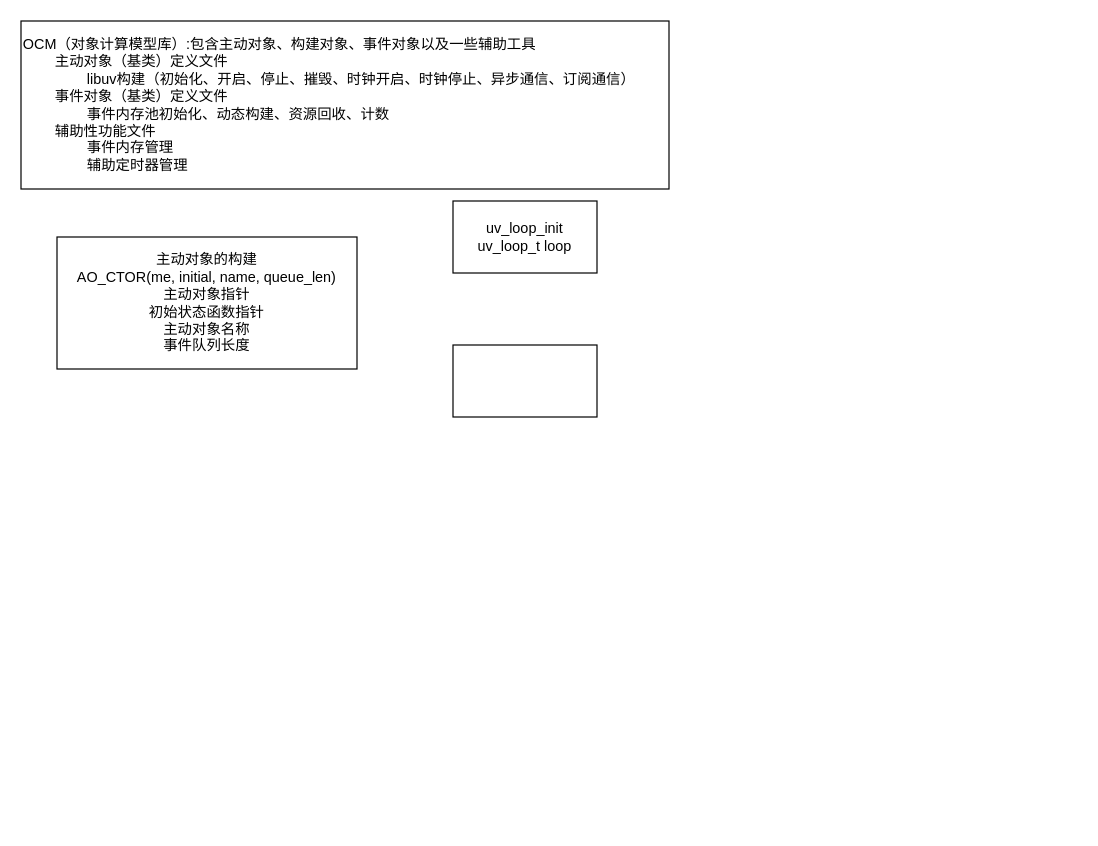
Sjunbin/pubulic_code keeps this draw.io diagram as 未命名绘图.drawio. Above is the earlier version. Source tidied: cells renumbered, new cells numbered last; positions are measured from the earlier drawing's top-left corner, leaving out a move shared by most shapes. Both pictures are drawn from the tidied source at 120%, with x=0, y=0 at pixel (20, 20).
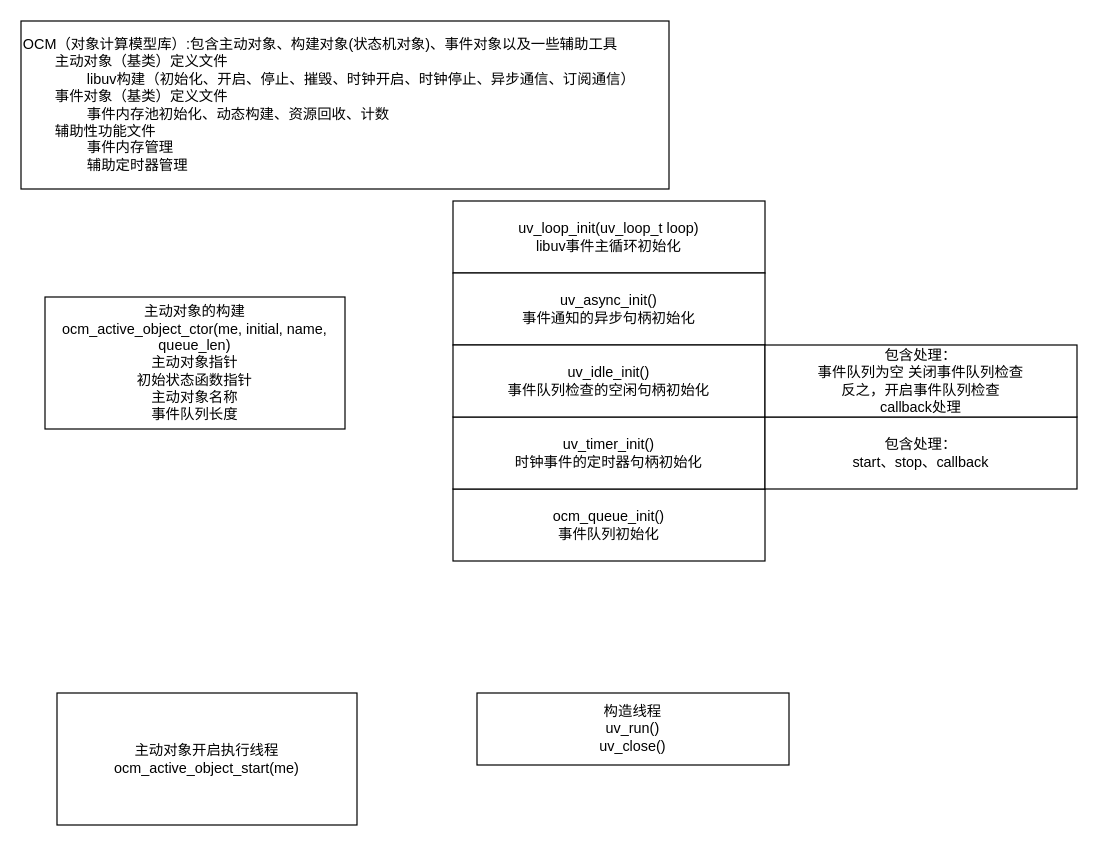
The same page after the edit.

Commit message:
更新未命名绘图.drawio

Diff of the diagram source:
```diff
@@
 <mxGraphModel>
   <root>
     <mxCell id="0" />
     <mxCell id="1" parent="0" />
-    <mxCell id="2" value="uv_loop_init&lt;br&gt;uv_loop_t loop" style="rounded=0;whiteSpace=wrap;html=1;" parent="1" vertex="1">
-      <mxGeometry x="360" y="150" width="120" height="60" as="geometry" />
+    <mxCell id="2" value="uv_loop_init(uv_loop_t loop)&lt;br&gt;libuv事件主循环初始化" style="rounded=0;whiteSpace=wrap;html=1;" parent="1" vertex="1">
+      <mxGeometry x="360" y="150" width="260" height="60" as="geometry" />
     </mxCell>
-    <mxCell id="3" style="rounded=0;whiteSpace=wrap;html=1;" parent="1" vertex="1">
-      <mxGeometry x="360" y="270" width="120" height="60" as="geometry" />
+    <mxCell id="3" value="uv_async_init()&lt;br&gt;事件通知的异步句柄初始化" style="rounded=0;whiteSpace=wrap;html=1;" parent="1" vertex="1">
+      <mxGeometry x="360" y="210" width="260" height="60" as="geometry" />
     </mxCell>
-    <mxCell id="4" value="主动对象的构建&lt;br&gt;AO_CTOR(me, initial, name, queue_len)&lt;br&gt;主动对象指针&lt;br&gt;初始状态函数指针&lt;br&gt;主动对象名称&lt;br&gt;事件队列长度" style="rounded=0;whiteSpace=wrap;html=1;" parent="1" vertex="1">
-      <mxGeometry x="30" y="180" width="250" height="110" as="geometry" />
+    <mxCell id="4" value="主动对象的构建&lt;br&gt;ocm_active_object_ctor(me, initial, name, queue_len)&lt;br&gt;主动对象指针&lt;br&gt;初始状态函数指针&lt;br&gt;主动对象名称&lt;br&gt;事件队列长度" style="rounded=0;whiteSpace=wrap;html=1;" parent="1" vertex="1">
+      <mxGeometry x="20" y="230" width="250" height="110" as="geometry" />
     </mxCell>
-    <mxCell id="5" value="OCM（对象计算模型库）:包含主动对象、构建对象、事件对象以及一些辅助工具&lt;br&gt;&lt;span style=&quot;white-space: pre;&quot;&gt;&#9;&lt;/span&gt;主动对象（基类）定义文件&lt;br&gt;&lt;span style=&quot;white-space: pre;&quot;&gt;&#9;&lt;/span&gt;&lt;span style=&quot;white-space: pre;&quot;&gt;&#9;&lt;/span&gt;libuv构建（初始化、开启、停止、摧毁、时钟开启、时钟停止、异步通信、订阅通信）&lt;br&gt;&lt;span style=&quot;white-space: pre;&quot;&gt;&#9;&lt;/span&gt;事件对象（基类）定义文件&lt;br&gt;&lt;span style=&quot;white-space: pre;&quot;&gt;&#9;&lt;/span&gt;&lt;span style=&quot;white-space: pre;&quot;&gt;&#9;&lt;/span&gt;事件内存池初始化、动态构建、资源回收、计数&lt;br&gt;&lt;span style=&quot;white-space: pre;&quot;&gt;&#9;&lt;/span&gt;辅助性功能文件&lt;br&gt;&lt;span style=&quot;white-space: pre;&quot;&gt;&#9;&lt;/span&gt;&lt;span style=&quot;white-space: pre;&quot;&gt;&#9;&lt;/span&gt;事件内存管理&lt;br&gt;&lt;span style=&quot;white-space: pre;&quot;&gt;&#9;&lt;/span&gt;&lt;span style=&quot;white-space: pre;&quot;&gt;&#9;&lt;/span&gt;辅助定时器管理" style="rounded=0;whiteSpace=wrap;html=1;align=left;" parent="1" vertex="1">
+    <mxCell id="5" value="OCM（对象计算模型库）:包含主动对象、构建对象(状态机对象)、事件对象以及一些辅助工具&lt;br&gt;&lt;span style=&quot;white-space: pre;&quot;&gt;&#9;&lt;/span&gt;主动对象（基类）定义文件&lt;br&gt;&lt;span style=&quot;white-space: pre;&quot;&gt;&#9;&lt;/span&gt;&lt;span style=&quot;white-space: pre;&quot;&gt;&#9;&lt;/span&gt;libuv构建（初始化、开启、停止、摧毁、时钟开启、时钟停止、异步通信、订阅通信）&lt;br&gt;&lt;span style=&quot;white-space: pre;&quot;&gt;&#9;&lt;/span&gt;事件对象（基类）定义文件&lt;br&gt;&lt;span style=&quot;white-space: pre;&quot;&gt;&#9;&lt;/span&gt;&lt;span style=&quot;white-space: pre;&quot;&gt;&#9;&lt;/span&gt;事件内存池初始化、动态构建、资源回收、计数&lt;br&gt;&lt;span style=&quot;white-space: pre;&quot;&gt;&#9;&lt;/span&gt;辅助性功能文件&lt;br&gt;&lt;span style=&quot;white-space: pre;&quot;&gt;&#9;&lt;/span&gt;&lt;span style=&quot;white-space: pre;&quot;&gt;&#9;&lt;/span&gt;事件内存管理&lt;br&gt;&lt;span style=&quot;white-space: pre;&quot;&gt;&#9;&lt;/span&gt;&lt;span style=&quot;white-space: pre;&quot;&gt;&#9;&lt;/span&gt;辅助定时器管理" style="rounded=0;whiteSpace=wrap;html=1;align=left;" parent="1" vertex="1">
       <mxGeometry width="540" height="140" as="geometry" />
     </mxCell>
+    <mxCell id="6" value="ocm_queue_init()&lt;br&gt;事件队列初始化" style="rounded=0;whiteSpace=wrap;html=1;" parent="1" vertex="1">
+      <mxGeometry x="360" y="390" width="260" height="60" as="geometry" />
+    </mxCell>
+    <mxCell id="7" value="uv_timer_init()&lt;br&gt;时钟事件的定时器句柄初始化" style="rounded=0;whiteSpace=wrap;html=1;" parent="1" vertex="1">
+      <mxGeometry x="360" y="330" width="260" height="60" as="geometry" />
+    </mxCell>
+    <mxCell id="8" value="uv_idle_init()&lt;br&gt;事件队列检查的空闲句柄初始化" style="rounded=0;whiteSpace=wrap;html=1;" parent="1" vertex="1">
+      <mxGeometry x="360" y="270" width="260" height="60" as="geometry" />
+    </mxCell>
+    <mxCell id="9" value="包含处理：&lt;br&gt;start、stop、callback" style="rounded=0;whiteSpace=wrap;html=1;" parent="1" vertex="1">
+      <mxGeometry x="620" y="330" width="260" height="60" as="geometry" />
+    </mxCell>
+    <mxCell id="10" value="包含处理：&lt;br&gt;事件队列为空 关闭事件队列检查&lt;br&gt;反之，开启事件队列检查&lt;br&gt;callback处理" style="rounded=0;whiteSpace=wrap;html=1;" parent="1" vertex="1">
+      <mxGeometry x="620" y="270" width="260" height="60" as="geometry" />
+    </mxCell>
+    <mxCell id="11" value="主动对象开启执行线程&lt;br&gt;ocm_active_object_start(me)" style="rounded=0;whiteSpace=wrap;html=1;" parent="1" vertex="1">
+      <mxGeometry x="30" y="560" width="250" height="110" as="geometry" />
+    </mxCell>
+    <mxCell id="12" value="构造线程&lt;br&gt;uv_run()&lt;br&gt;uv_close()" style="rounded=0;whiteSpace=wrap;html=1;" parent="1" vertex="1">
+      <mxGeometry x="380" y="560" width="260" height="60" as="geometry" />
+    </mxCell>
   </root>
 </mxGraphModel>
```
